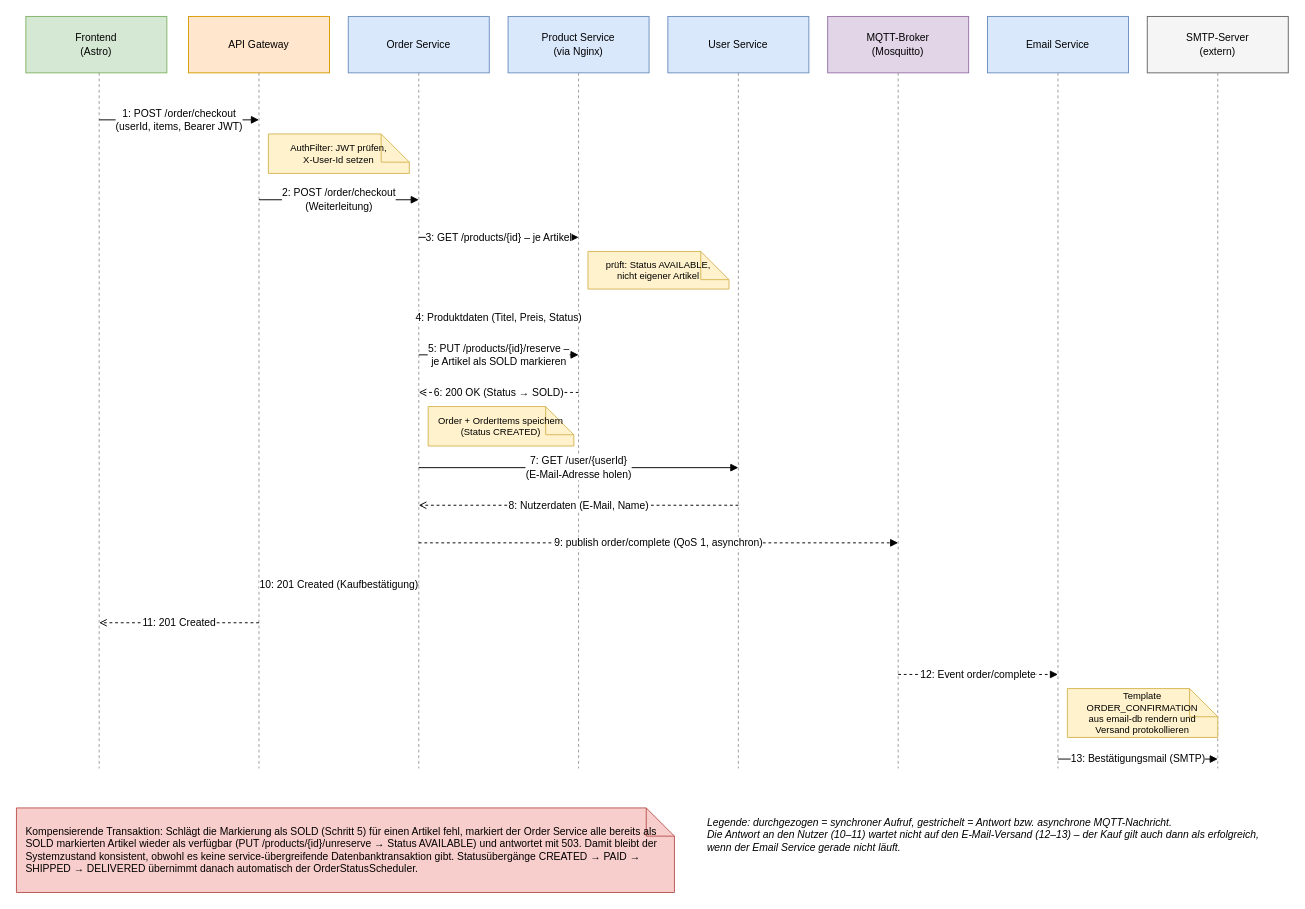
The draw.io diagram arc42/diagramme/03-sequenz-checkout.drawio in noah-preyer/SS26_Software_Architektur_Ebay2, before the edit. Source tidied: cells renumbered, new cells numbered last; positions are measured from the earlier drawing's top-left corner, leaving out a move shared by most shapes. Both pictures are drawn from the tidied source at 94%, with x=0, y=0 at pixel (16, 16).
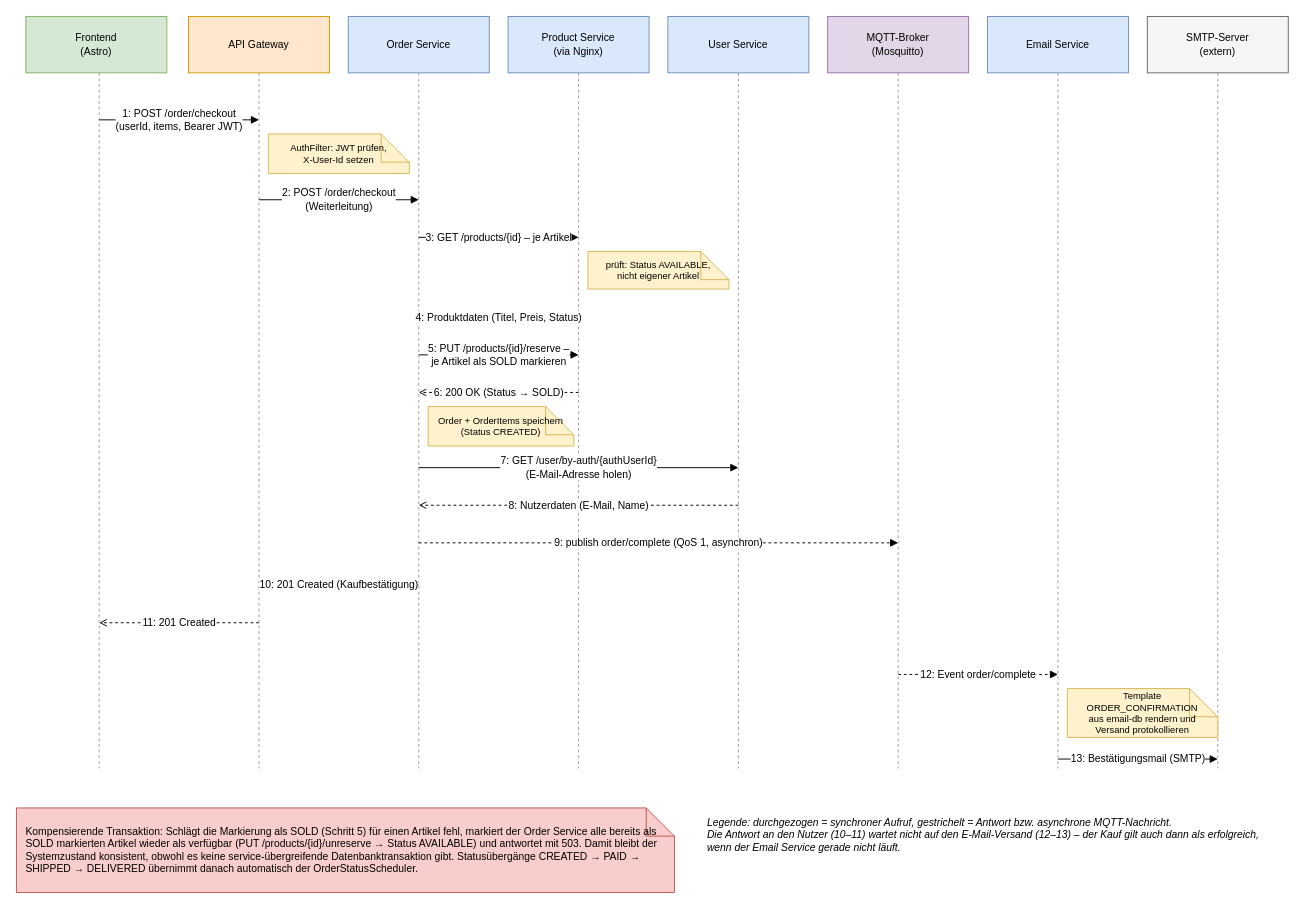
After the change.

The edit, as a diff of the source:
```diff
@@
-    <mxCell id="27" value="7: GET /user/{userId}&#10;(E-Mail-Adresse holen)" style="html=1;endArrow=block;" parent="1" edge="1">
+    <mxCell id="27" value="7: GET /user/by-auth/{authUserId}&#10;(E-Mail-Adresse holen)" style="html=1;endArrow=block;" parent="1" edge="1">
       <mxGeometry relative="1" as="geometry">
         <mxPoint x="428" y="480" as="sourcePoint" />
         <mxPoint x="768" y="480" as="targetPoint" />
       </mxGeometry>
     </mxCell>
```
